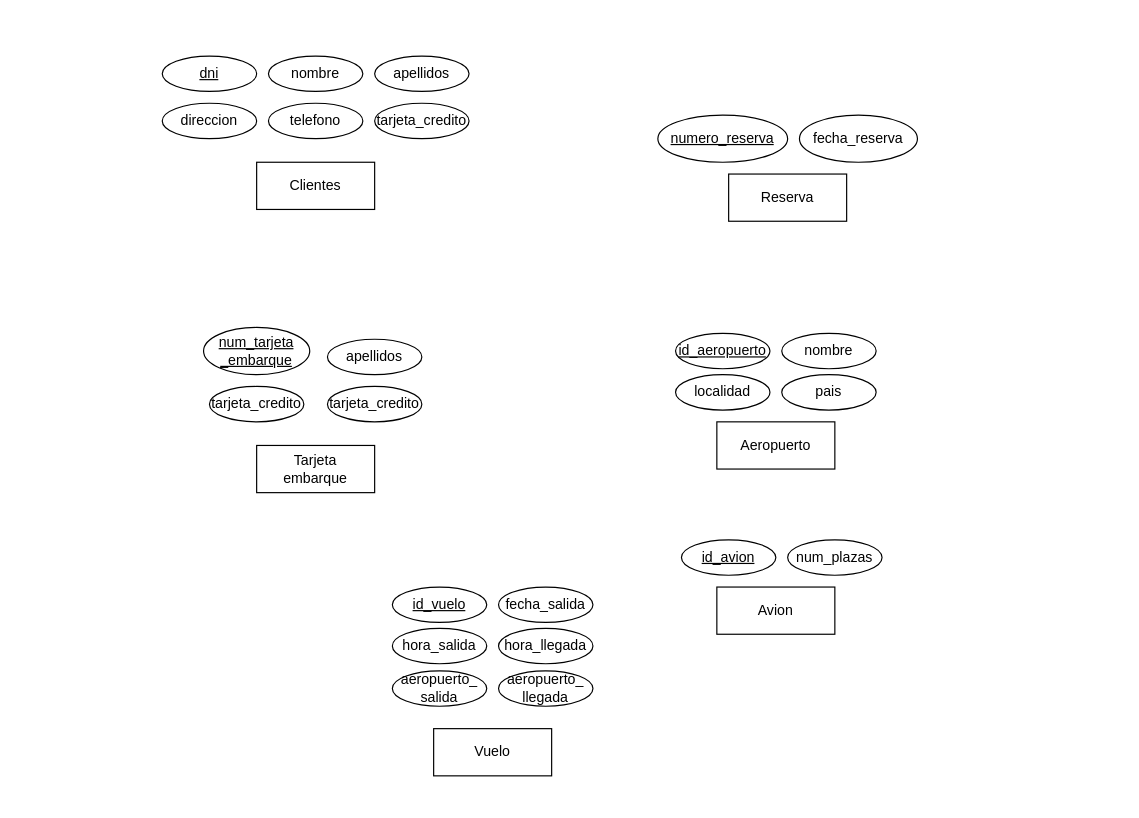
Above: ej8.drawio in adriii28/amr-tsys-C3U12-11102023 (draw.io), before the change. Source tidied: cells renumbered, new cells numbered last; positions are measured from the earlier drawing's top-left corner, leaving out a move shared by most shapes. Both pictures are drawn from the tidied source at 118%, with x=0, y=0 at pixel (162, 55).
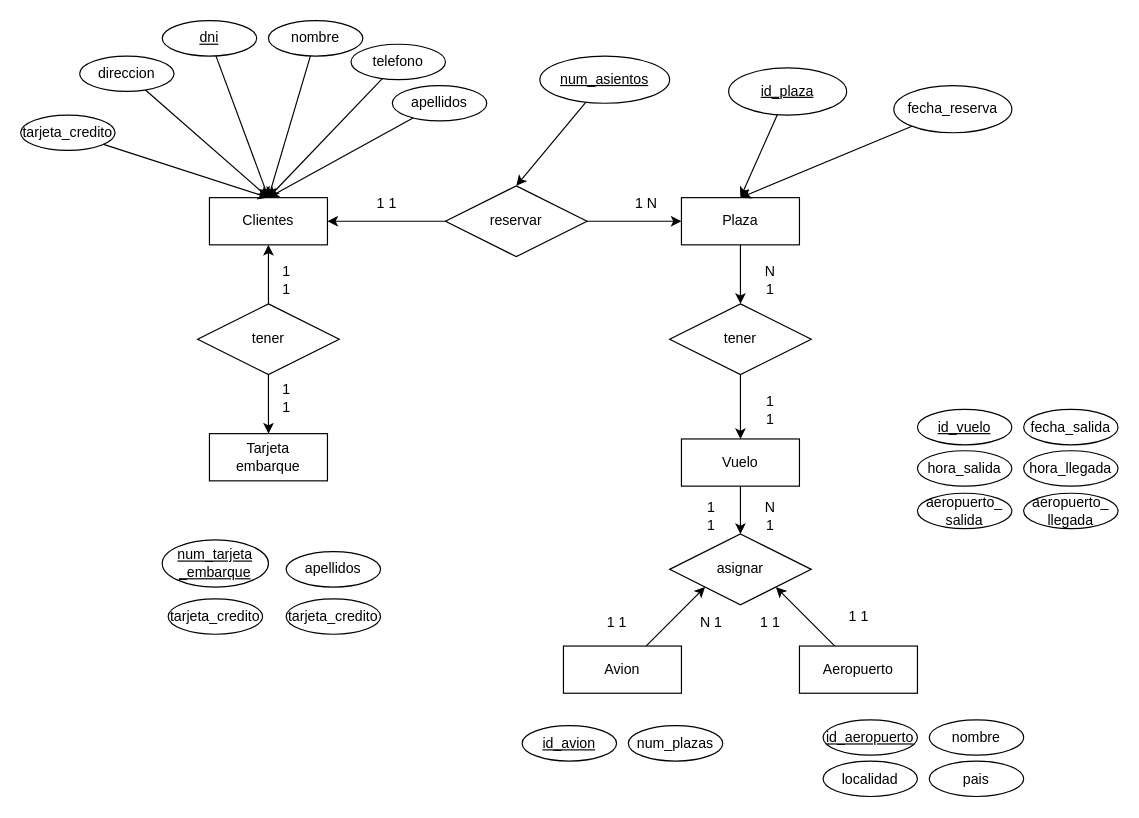
Above is the later version.

What changed in the source:
```diff
@@
     <mxCell id="2" value="Clientes" style="whiteSpace=wrap;html=1;align=center;" parent="1" vertex="1">
-      <mxGeometry x="80" y="90" width="100" height="40" as="geometry" />
+      <mxGeometry x="40" y="120" width="100" height="40" as="geometry" />
     </mxCell>
+    <mxCell id="32" style="edgeStyle=orthogonalEdgeStyle;rounded=0;jettySize=auto;html=1;" parent="1" edge="1" source="3" target="49">
+      <mxGeometry relative="1" as="geometry" />
+    </mxCell>
     <mxCell id="3" value="Vuelo" style="whiteSpace=wrap;html=1;align=center;" parent="1" vertex="1">
-      <mxGeometry x="230" y="570" width="100" height="40" as="geometry" />
+      <mxGeometry x="440" y="324.5" width="100" height="40" as="geometry" />
     </mxCell>
     <mxCell id="4" value="Tarjeta &lt;br&gt;embarque" style="whiteSpace=wrap;html=1;align=center;" parent="1" vertex="1">
-      <mxGeometry x="80" y="330" width="100" height="40" as="geometry" />
+      <mxGeometry x="40" y="320" width="100" height="40" as="geometry" />
     </mxCell>
+    <mxCell id="33" style="rounded=0;jettySize=auto;html=1;entryX=1;entryY=1;entryDx=0;entryDy=0;" parent="1" edge="1" source="5" target="49">
+      <mxGeometry relative="1" as="geometry" />
+    </mxCell>
     <mxCell id="5" value="Aeropuerto" style="whiteSpace=wrap;html=1;align=center;" parent="1" vertex="1">
-      <mxGeometry x="470" y="310" width="100" height="40" as="geometry" />
+      <mxGeometry x="540" y="500" width="100" height="40" as="geometry" />
     </mxCell>
+    <mxCell id="34" style="rounded=0;jettySize=auto;html=1;entryX=0;entryY=1;entryDx=0;entryDy=0;" parent="1" edge="1" source="6" target="49">
+      <mxGeometry relative="1" as="geometry" />
+    </mxCell>
     <mxCell id="6" value="Avion" style="whiteSpace=wrap;html=1;align=center;" parent="1" vertex="1">
-      <mxGeometry x="470" y="450" width="100" height="40" as="geometry" />
+      <mxGeometry x="340" y="500" width="100" height="40" as="geometry" />
     </mxCell>
+    <mxCell id="35" style="edgeStyle=orthogonalEdgeStyle;rounded=0;jettySize=auto;html=1;" parent="1" edge="1" source="7" target="48">
+      <mxGeometry relative="1" as="geometry" />
+    </mxCell>
-    <mxCell id="7" value="Reserva" style="whiteSpace=wrap;html=1;align=center;" parent="1" vertex="1">
-      <mxGeometry x="480" y="100" width="100" height="40" as="geometry" />
+    <mxCell id="7" value="Plaza" style="whiteSpace=wrap;html=1;align=center;" parent="1" vertex="1">
+      <mxGeometry x="440" y="120" width="100" height="40" as="geometry" />
     </mxCell>
+    <mxCell id="36" style="rounded=0;jettySize=auto;html=1;entryX=0.5;entryY=0;entryDx=0;entryDy=0;" parent="1" edge="1" source="8" target="2">
+      <mxGeometry relative="1" as="geometry" />
+    </mxCell>
     <mxCell id="8" value="dni" style="ellipse;whiteSpace=wrap;html=1;align=center;fontStyle=4;" parent="1" vertex="1">
-      <mxGeometry width="80" height="30" as="geometry" />
+      <mxGeometry y="-30" width="80" height="30" as="geometry" />
     </mxCell>
+    <mxCell id="37" style="rounded=0;jettySize=auto;html=1;entryX=0.5;entryY=0;entryDx=0;entryDy=0;" parent="1" edge="1" source="9" target="2">
+      <mxGeometry relative="1" as="geometry" />
+    </mxCell>
     <mxCell id="9" value="nombre" style="ellipse;whiteSpace=wrap;html=1;align=center;" parent="1" vertex="1">
-      <mxGeometry x="90" width="80" height="30" as="geometry" />
+      <mxGeometry x="90" y="-30" width="80" height="30" as="geometry" />
     </mxCell>
+    <mxCell id="38" style="rounded=0;jettySize=auto;html=1;entryX=0.5;entryY=0;entryDx=0;entryDy=0;" parent="1" edge="1" source="10" target="2">
+      <mxGeometry relative="1" as="geometry" />
+    </mxCell>
     <mxCell id="10" value="apellidos" style="ellipse;whiteSpace=wrap;html=1;align=center;" parent="1" vertex="1">
-      <mxGeometry x="180" width="80" height="30" as="geometry" />
+      <mxGeometry x="195" y="25" width="80" height="30" as="geometry" />
     </mxCell>
+    <mxCell id="39" style="rounded=0;jettySize=auto;html=1;entryX=0.5;entryY=0;entryDx=0;entryDy=0;" parent="1" edge="1" source="11" target="2">
+      <mxGeometry relative="1" as="geometry" />
+    </mxCell>
     <mxCell id="11" value="direccion" style="ellipse;whiteSpace=wrap;html=1;align=center;" parent="1" vertex="1">
-      <mxGeometry y="40" width="80" height="30" as="geometry" />
+      <mxGeometry x="-70" width="80" height="30" as="geometry" />
     </mxCell>
+    <mxCell id="40" style="rounded=0;jettySize=auto;html=1;entryX=0.5;entryY=0;entryDx=0;entryDy=0;" parent="1" edge="1" source="12" target="2">
+      <mxGeometry relative="1" as="geometry" />
+    </mxCell>
     <mxCell id="12" value="telefono" style="ellipse;whiteSpace=wrap;html=1;align=center;" parent="1" vertex="1">
-      <mxGeometry x="90" y="40" width="80" height="30" as="geometry" />
+      <mxGeometry x="160" y="-10" width="80" height="30" as="geometry" />
     </mxCell>
+    <mxCell id="41" style="rounded=0;jettySize=auto;html=1;entryX=0.5;entryY=0;entryDx=0;entryDy=0;" parent="1" edge="1" source="13" target="2">
+      <mxGeometry relative="1" as="geometry" />
+    </mxCell>
     <mxCell id="13" value="tarjeta_credito" style="ellipse;whiteSpace=wrap;html=1;align=center;" parent="1" vertex="1">
-      <mxGeometry x="180" y="40" width="80" height="30" as="geometry" />
+      <mxGeometry x="-120" y="50" width="80" height="30" as="geometry" />
     </mxCell>
+    <mxCell id="42" style="rounded=0;jettySize=auto;html=1;entryX=0.5;entryY=0;entryDx=0;entryDy=0;" parent="1" edge="1" source="14" target="46">
+      <mxGeometry relative="1" as="geometry" />
+    </mxCell>
-    <mxCell id="14" value="numero_reserva" style="ellipse;whiteSpace=wrap;html=1;align=center;fontStyle=4;" parent="1" vertex="1">
-      <mxGeometry x="420" y="50" width="110" height="40" as="geometry" />
+    <mxCell id="14" value="num_asientos" style="ellipse;whiteSpace=wrap;html=1;align=center;fontStyle=4;" parent="1" vertex="1">
+      <mxGeometry x="320" width="110" height="40" as="geometry" />
     </mxCell>
+    <mxCell id="43" style="rounded=0;jettySize=auto;html=1;entryX=0.5;entryY=0;entryDx=0;entryDy=0;" parent="1" edge="1" source="15" target="7">
+      <mxGeometry relative="1" as="geometry" />
+    </mxCell>
     <mxCell id="15" value="fecha_reserva" style="ellipse;whiteSpace=wrap;html=1;align=center;" parent="1" vertex="1">
-      <mxGeometry x="540" y="50" width="100" height="40" as="geometry" />
+      <mxGeometry x="620" y="25" width="100" height="40" as="geometry" />
     </mxCell>
     <mxCell id="16" value="num_tarjeta&lt;br&gt;_embarque" style="ellipse;whiteSpace=wrap;html=1;align=center;fontStyle=4;" parent="1" vertex="1">
-      <mxGeometry x="35" y="230" width="90" height="40" as="geometry" />
+      <mxGeometry y="410" width="90" height="40" as="geometry" />
     </mxCell>
     <mxCell id="17" value="tarjeta_credito" style="ellipse;whiteSpace=wrap;html=1;align=center;" parent="1" vertex="1">
-      <mxGeometry x="40" y="280" width="80" height="30" as="geometry" />
+      <mxGeometry x="5" y="460" width="80" height="30" as="geometry" />
     </mxCell>
     <mxCell id="18" value="apellidos" style="ellipse;whiteSpace=wrap;html=1;align=center;" parent="1" vertex="1">
-      <mxGeometry x="140" y="240" width="80" height="30" as="geometry" />
+      <mxGeometry x="105" y="420" width="80" height="30" as="geometry" />
     </mxCell>
     <mxCell id="19" value="tarjeta_credito" style="ellipse;whiteSpace=wrap;html=1;align=center;" parent="1" vertex="1">
-      <mxGeometry x="140" y="280" width="80" height="30" as="geometry" />
+      <mxGeometry x="105" y="460" width="80" height="30" as="geometry" />
     </mxCell>
     <mxCell id="20" value="id_avion&lt;br&gt;" style="ellipse;whiteSpace=wrap;html=1;align=center;fontStyle=4;" parent="1" vertex="1">
-      <mxGeometry x="440" y="410" width="80" height="30" as="geometry" />
+      <mxGeometry x="305" y="567.5" width="80" height="30" as="geometry" />
     </mxCell>
     <mxCell id="21" value="num_plazas" style="ellipse;whiteSpace=wrap;html=1;align=center;" parent="1" vertex="1">
-      <mxGeometry x="530" y="410" width="80" height="30" as="geometry" />
+      <mxGeometry x="395" y="567.5" width="80" height="30" as="geometry" />
     </mxCell>
     <mxCell id="22" value="localidad" style="ellipse;whiteSpace=wrap;html=1;align=center;fontStyle=0;" parent="1" vertex="1">
-      <mxGeometry x="435" y="270" width="80" height="30" as="geometry" />
+      <mxGeometry x="560" y="597.5" width="80" height="30" as="geometry" />
     </mxCell>
     <mxCell id="23" value="pais" style="ellipse;whiteSpace=wrap;html=1;align=center;" parent="1" vertex="1">
-      <mxGeometry x="525" y="270" width="80" height="30" as="geometry" />
+      <mxGeometry x="650" y="597.5" width="80" height="30" as="geometry" />
     </mxCell>
     <mxCell id="24" value="id_aeropuerto" style="ellipse;whiteSpace=wrap;html=1;align=center;fontStyle=4;" parent="1" vertex="1">
-      <mxGeometry x="435" y="235" width="80" height="30" as="geometry" />
+      <mxGeometry x="560" y="562.5" width="80" height="30" as="geometry" />
     </mxCell>
     <mxCell id="25" value="nombre" style="ellipse;whiteSpace=wrap;html=1;align=center;" parent="1" vertex="1">
-      <mxGeometry x="525" y="235" width="80" height="30" as="geometry" />
+      <mxGeometry x="650" y="562.5" width="80" height="30" as="geometry" />
     </mxCell>
     <mxCell id="26" value="hora_salida" style="ellipse;whiteSpace=wrap;html=1;align=center;fontStyle=0;" parent="1" vertex="1">
-      <mxGeometry x="195" y="485" width="80" height="30" as="geometry" />
+      <mxGeometry x="640" y="334.5" width="80" height="30" as="geometry" />
     </mxCell>
     <mxCell id="27" value="hora_llegada" style="ellipse;whiteSpace=wrap;html=1;align=center;" parent="1" vertex="1">
-      <mxGeometry x="285" y="485" width="80" height="30" as="geometry" />
+      <mxGeometry x="730" y="334.5" width="80" height="30" as="geometry" />
     </mxCell>
     <mxCell id="28" value="id_vuelo" style="ellipse;whiteSpace=wrap;html=1;align=center;fontStyle=4;" parent="1" vertex="1">
-      <mxGeometry x="195" y="450" width="80" height="30" as="geometry" />
+      <mxGeometry x="640" y="299.5" width="80" height="30" as="geometry" />
     </mxCell>
     <mxCell id="29" value="fecha_salida" style="ellipse;whiteSpace=wrap;html=1;align=center;" parent="1" vertex="1">
-      <mxGeometry x="285" y="450" width="80" height="30" as="geometry" />
+      <mxGeometry x="730" y="299.5" width="80" height="30" as="geometry" />
     </mxCell>
     <mxCell id="30" value="aeropuerto_&lt;br&gt;salida" style="ellipse;whiteSpace=wrap;html=1;align=center;fontStyle=0;" parent="1" vertex="1">
-      <mxGeometry x="195" y="521" width="80" height="30" as="geometry" />
+      <mxGeometry x="640" y="370.5" width="80" height="30" as="geometry" />
     </mxCell>
     <mxCell id="31" value="aeropuerto_&lt;br&gt;llegada" style="ellipse;whiteSpace=wrap;html=1;align=center;" parent="1" vertex="1">
-      <mxGeometry x="285" y="521" width="80" height="30" as="geometry" />
+      <mxGeometry x="730" y="370.5" width="80" height="30" as="geometry" />
     </mxCell>
+    <mxCell id="44" style="edgeStyle=orthogonalEdgeStyle;rounded=0;jettySize=auto;html=1;entryX=1;entryY=0.5;entryDx=0;entryDy=0;" parent="1" edge="1" source="46" target="2">
+      <mxGeometry relative="1" as="geometry" />
+    </mxCell>
+    <mxCell id="45" style="edgeStyle=orthogonalEdgeStyle;rounded=0;jettySize=auto;html=1;entryX=0;entryY=0.5;entryDx=0;entryDy=0;" parent="1" edge="1" source="46" target="7">
+      <mxGeometry relative="1" as="geometry" />
+    </mxCell>
+    <mxCell id="46" value="reservar" style="shape=rhombus;perimeter=rhombusPerimeter;whiteSpace=wrap;html=1;align=center;" parent="1" vertex="1">
+      <mxGeometry x="240" y="110" width="120" height="60" as="geometry" />
+    </mxCell>
+    <mxCell id="47" style="edgeStyle=orthogonalEdgeStyle;rounded=0;jettySize=auto;html=1;entryX=0.5;entryY=0;entryDx=0;entryDy=0;" parent="1" edge="1" source="48" target="3">
+      <mxGeometry relative="1" as="geometry" />
+    </mxCell>
+    <mxCell id="48" value="tener" style="shape=rhombus;perimeter=rhombusPerimeter;whiteSpace=wrap;html=1;align=center;" parent="1" vertex="1">
+      <mxGeometry x="430" y="210" width="120" height="60" as="geometry" />
+    </mxCell>
+    <mxCell id="49" value="asignar" style="shape=rhombus;perimeter=rhombusPerimeter;whiteSpace=wrap;html=1;align=center;" parent="1" vertex="1">
+      <mxGeometry x="430" y="405" width="120" height="60" as="geometry" />
+    </mxCell>
+    <mxCell id="50" style="edgeStyle=orthogonalEdgeStyle;rounded=0;jettySize=auto;html=1;entryX=0.5;entryY=1;entryDx=0;entryDy=0;" parent="1" edge="1" source="52" target="2">
+      <mxGeometry relative="1" as="geometry" />
+    </mxCell>
+    <mxCell id="51" style="edgeStyle=orthogonalEdgeStyle;rounded=0;jettySize=auto;html=1;" parent="1" edge="1" source="52" target="4">
+      <mxGeometry relative="1" as="geometry" />
+    </mxCell>
+    <mxCell id="52" value="tener" style="shape=rhombus;perimeter=rhombusPerimeter;whiteSpace=wrap;html=1;align=center;" parent="1" vertex="1">
+      <mxGeometry x="30" y="210" width="120" height="60" as="geometry" />
+    </mxCell>
+    <mxCell id="53" value="1 N" style="text;html=1;align=center;verticalAlign=middle;strokeColor=none;fillColor=none;" parent="1" vertex="1">
+      <mxGeometry x="390" y="110" width="40" height="30" as="geometry" />
+    </mxCell>
+    <mxCell id="54" value="1 1" style="text;html=1;align=center;verticalAlign=middle;strokeColor=none;fillColor=none;" parent="1" vertex="1">
+      <mxGeometry x="170" y="110" width="40" height="30" as="geometry" />
+    </mxCell>
+    <mxCell id="55" style="rounded=0;jettySize=auto;html=1;entryX=0.5;entryY=0;entryDx=0;entryDy=0;" parent="1" edge="1" source="56" target="7">
+      <mxGeometry relative="1" as="geometry" />
+    </mxCell>
+    <mxCell id="56" value="id_plaza" style="ellipse;whiteSpace=wrap;html=1;align=center;fontStyle=4;" parent="1" vertex="1">
+      <mxGeometry x="480" y="10" width="100" height="40" as="geometry" />
+    </mxCell>
+    <mxCell id="57" value="1&lt;br&gt;1" style="text;html=1;align=center;verticalAlign=middle;strokeColor=none;fillColor=none;" parent="1" vertex="1">
+      <mxGeometry x="500" y="280" width="30" height="40" as="geometry" />
+    </mxCell>
+    <mxCell id="58" value="N&lt;br&gt;1" style="text;html=1;align=center;verticalAlign=middle;strokeColor=none;fillColor=none;" parent="1" vertex="1">
+      <mxGeometry x="500" y="170" width="30" height="40" as="geometry" />
+    </mxCell>
+    <mxCell id="59" value="1&lt;br&gt;1" style="text;html=1;align=center;verticalAlign=middle;strokeColor=none;fillColor=none;" parent="1" vertex="1">
+      <mxGeometry x="90" y="270" width="30" height="40" as="geometry" />
+    </mxCell>
+    <mxCell id="60" value="1&lt;br&gt;1" style="text;html=1;align=center;verticalAlign=middle;strokeColor=none;fillColor=none;" parent="1" vertex="1">
+      <mxGeometry x="90" y="170" width="30" height="40" as="geometry" />
+    </mxCell>
+    <mxCell id="61" value="N&lt;br&gt;1" style="text;html=1;align=center;verticalAlign=middle;strokeColor=none;fillColor=none;" parent="1" vertex="1">
+      <mxGeometry x="500" y="370" width="30" height="40" as="geometry" />
+    </mxCell>
+    <mxCell id="62" value="1 1" style="text;html=1;align=center;verticalAlign=middle;strokeColor=none;fillColor=none;" parent="1" vertex="1">
+      <mxGeometry x="570" y="460" width="40" height="30" as="geometry" />
+    </mxCell>
+    <mxCell id="63" value="1 1" style="text;html=1;align=center;verticalAlign=middle;strokeColor=none;fillColor=none;" parent="1" vertex="1">
+      <mxGeometry x="365" y="465" width="40" height="30" as="geometry" />
+    </mxCell>
+    <mxCell id="64" value="1&lt;br&gt;1" style="text;html=1;align=center;verticalAlign=middle;strokeColor=none;fillColor=none;" parent="1" vertex="1">
+      <mxGeometry x="450" y="370" width="30" height="40" as="geometry" />
+    </mxCell>
+    <mxCell id="65" value="1 1" style="text;html=1;align=center;verticalAlign=middle;strokeColor=none;fillColor=none;" parent="1" vertex="1">
+      <mxGeometry x="495" y="465" width="40" height="30" as="geometry" />
+    </mxCell>
+    <mxCell id="66" value="N 1" style="text;html=1;align=center;verticalAlign=middle;strokeColor=none;fillColor=none;" parent="1" vertex="1">
+      <mxGeometry x="445" y="465" width="40" height="30" as="geometry" />
+    </mxCell>
```
